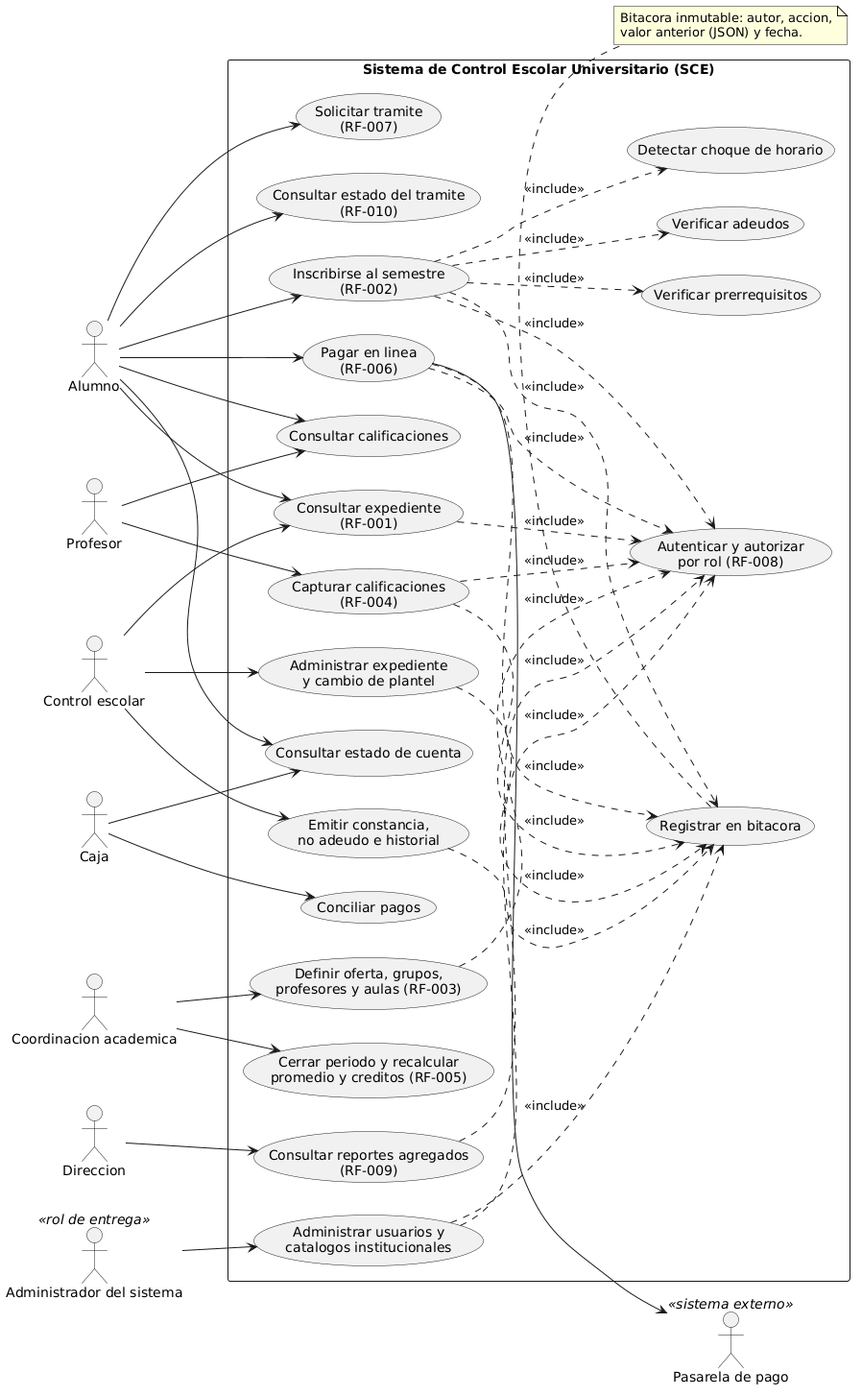
The PlantUML diagram docs/arquitectura/render/fig01-casos-de-uso.png in fjmp-dev/sce-control-escolar, before a commit.
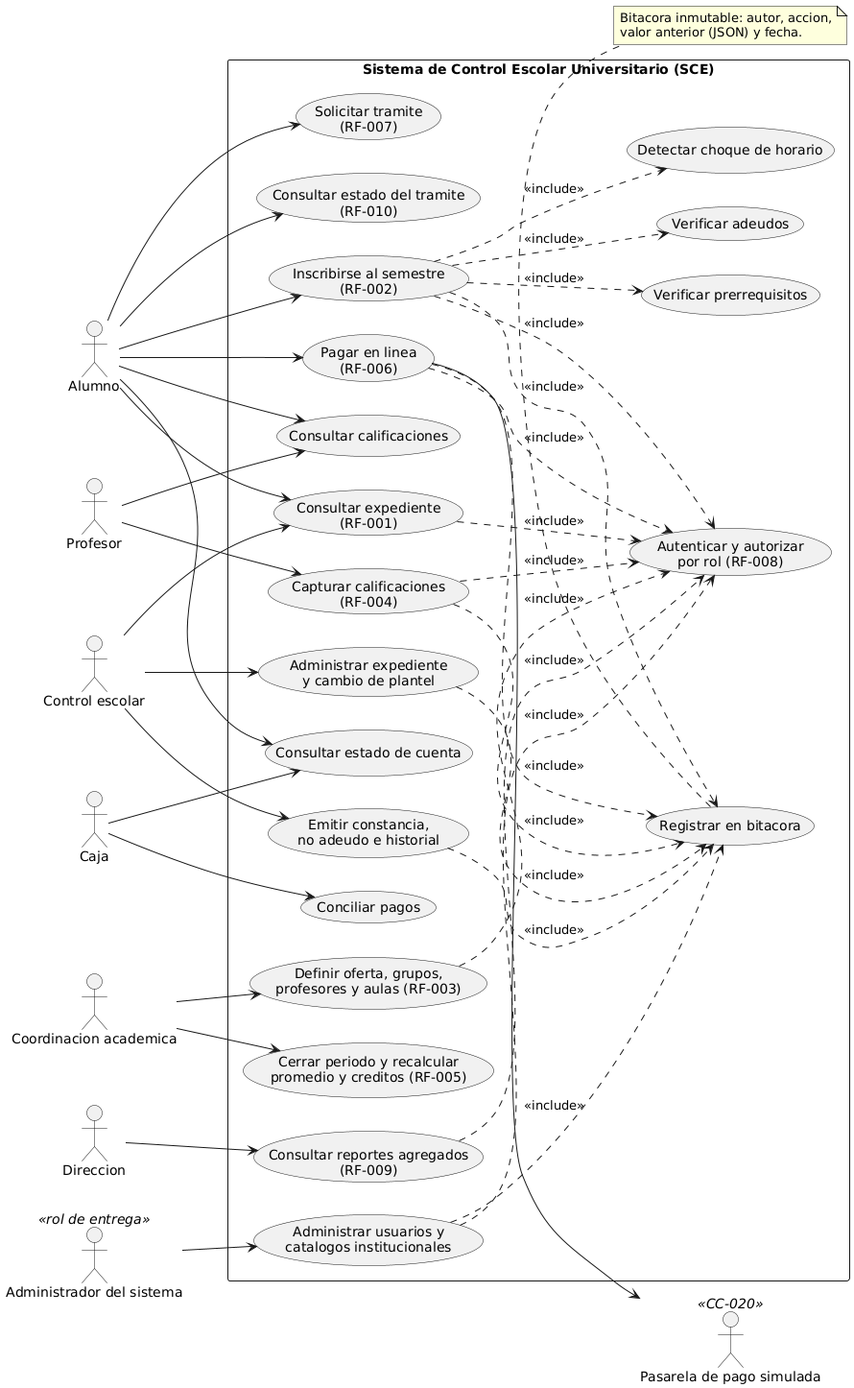
The same diagram one commit later.

The edit, as a diff of the source:
```diff
@@ -10,7 +10,7 @@
 actor "Caja" as CJ
 actor "Direccion" as DI
 actor "Administrador del sistema" as AD <<rol de entrega>>
-actor "Pasarela de pago" as PP <<sistema externo>>
+actor "Pasarela de pago simulada" as PP <<CC-020>>
 
 rectangle "Sistema de Control Escolar Universitario (SCE)" {
 
```
